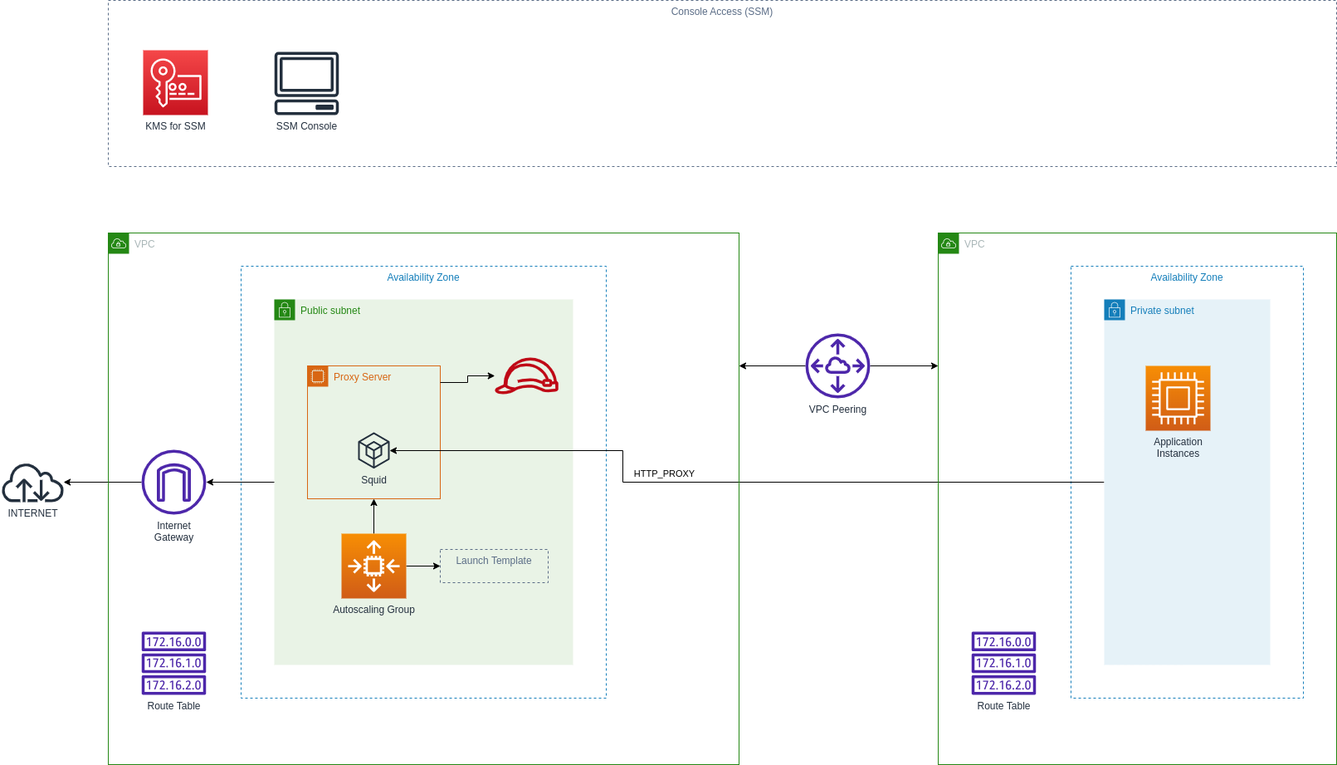
The draw.io diagram images/vpc_design.png in nicc777/exploring-aws-kinesis, before a commit. Source tidied: cells renumbered, new cells last; positions are measured from the earlier drawing's top-left corner, leaving out a move shared by most shapes.
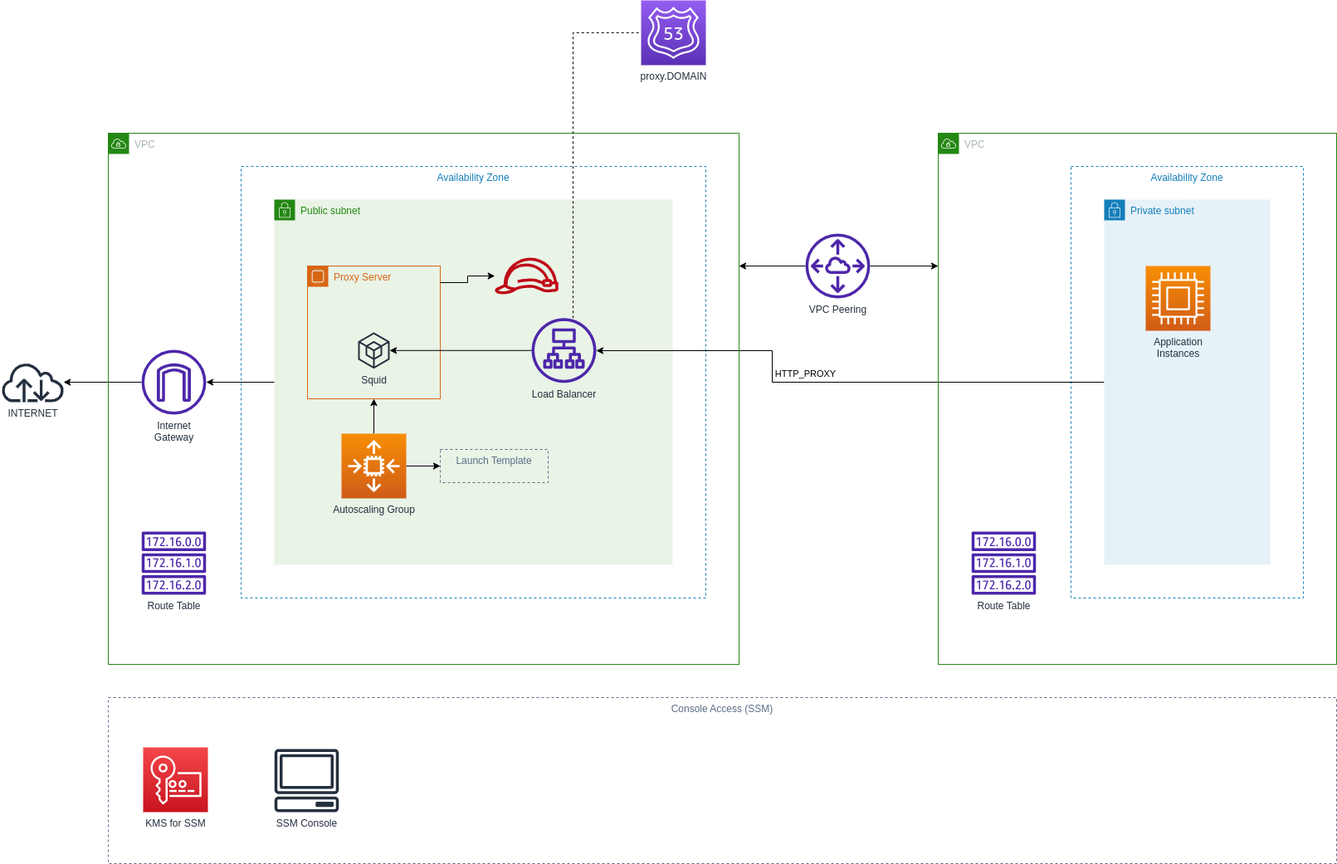
After the commit.

Commit message:
doc: added load balancer to diagram

The edit, as a diff of the source:
```diff
@@ -9,10 +9,10 @@
       <mxGeometry x="350" y="400" width="200" height="220" as="geometry" />
     </mxCell>
     <mxCell id="4" value="Availability Zone" style="fillColor=none;strokeColor=#147EBA;dashed=1;verticalAlign=top;fontStyle=0;fontColor=#147EBA;" parent="1" vertex="1">
-      <mxGeometry x="290" y="320" width="440" height="520" as="geometry" />
+      <mxGeometry x="290" y="320" width="560" height="520" as="geometry" />
     </mxCell>
     <mxCell id="5" value="Public subnet" style="points=[[0,0],[0.25,0],[0.5,0],[0.75,0],[1,0],[1,0.25],[1,0.5],[1,0.75],[1,1],[0.75,1],[0.5,1],[0.25,1],[0,1],[0,0.75],[0,0.5],[0,0.25]];outlineConnect=0;gradientColor=none;html=1;whiteSpace=wrap;fontSize=12;fontStyle=0;shape=mxgraph.aws4.group;grIcon=mxgraph.aws4.group_security_group;grStroke=0;strokeColor=#248814;fillColor=#E9F3E6;verticalAlign=top;align=left;spacingLeft=30;fontColor=#248814;dashed=0;" parent="1" vertex="1">
-      <mxGeometry x="330" y="360" width="360" height="440" as="geometry" />
+      <mxGeometry x="330" y="360" width="480" height="440" as="geometry" />
     </mxCell>
     <mxCell id="6" value="Proxy Server" style="points=[[0,0],[0.25,0],[0.5,0],[0.75,0],[1,0],[1,0.25],[1,0.5],[1,0.75],[1,1],[0.75,1],[0.5,1],[0.25,1],[0,1],[0,0.75],[0,0.5],[0,0.25]];outlineConnect=0;gradientColor=none;html=1;whiteSpace=wrap;fontSize=12;fontStyle=0;shape=mxgraph.aws4.group;grIcon=mxgraph.aws4.group_ec2_instance_contents;strokeColor=#D86613;fillColor=none;verticalAlign=top;align=left;spacingLeft=30;fontColor=#D86613;dashed=0;" parent="5" vertex="1">
       <mxGeometry x="40" y="80" width="160" height="160" as="geometry" />
@@ -46,11 +46,11 @@
     <mxCell id="14" style="edgeStyle=orthogonalEdgeStyle;rounded=0;jettySize=auto;html=1;" parent="1" edge="1" source="5" target="21">
       <mxGeometry relative="1" as="geometry" />
     </mxCell>
-    <mxCell id="15" value="HTTP_PROXY" style="edgeStyle=orthogonalEdgeStyle;rounded=0;jettySize=auto;html=1;" parent="1" edge="1" source="16" target="7">
-      <mxGeometry x="0.18" y="-10" relative="1" as="geometry">
+    <mxCell id="15" value="HTTP_PROXY" style="edgeStyle=orthogonalEdgeStyle;rounded=0;jettySize=auto;html=1;" parent="1" edge="1" source="16" target="33">
+      <mxGeometry x="0.11" y="-10" relative="1" as="geometry">
         <Array as="points">
-          <mxPoint x="750" y="580" />
-          <mxPoint x="750" y="542" />
+          <mxPoint x="930" y="580" />
+          <mxPoint x="930" y="542" />
         </Array>
       </mxGeometry>
     </mxCell>
@@ -88,16 +88,32 @@
       <mxGeometry x="1130" y="280" width="480" height="640" as="geometry" />
     </mxCell>
     <mxCell id="27" value="KMS for SSM" style="sketch=0;fontColor=#232F3E;gradientColor=#F54749;gradientDirection=north;fillColor=#C7131F;strokeColor=#ffffff;dashed=0;verticalLabelPosition=bottom;verticalAlign=top;align=center;html=1;fontSize=12;fontStyle=0;shape=mxgraph.aws4.resourceIcon;resIcon=mxgraph.aws4.key_management_service;" parent="1" vertex="1">
-      <mxGeometry x="172" y="60" width="78" height="78" as="geometry" />
+      <mxGeometry x="172" y="1020" width="78" height="78" as="geometry" />
     </mxCell>
     <mxCell id="28" value="SSM Console" style="sketch=0;fontColor=#232F3E;gradientColor=none;fillColor=#232F3D;strokeColor=none;dashed=0;verticalLabelPosition=bottom;verticalAlign=top;align=center;html=1;fontSize=12;fontStyle=0;shape=mxgraph.aws4.client;" parent="1" vertex="1">
-      <mxGeometry x="330" y="62" width="78" height="76" as="geometry" />
+      <mxGeometry x="330" y="1022" width="78" height="76" as="geometry" />
     </mxCell>
     <mxCell id="29" value="Console Access (SSM)" style="fillColor=none;strokeColor=#5A6C86;dashed=1;verticalAlign=top;fontStyle=0;fontColor=#5A6C86;" parent="1" vertex="1">
-      <mxGeometry x="130" width="1480" height="200" as="geometry" />
+      <mxGeometry x="130" y="960" width="1480" height="200" as="geometry" />
     </mxCell>
     <mxCell id="30" value="Application&lt;br&gt;Instances" style="sketch=0;fontColor=#232F3E;gradientColor=#F78E04;gradientDirection=north;fillColor=#D05C17;strokeColor=#ffffff;dashed=0;verticalLabelPosition=bottom;verticalAlign=top;align=center;html=1;fontSize=12;fontStyle=0;shape=mxgraph.aws4.resourceIcon;resIcon=mxgraph.aws4.compute;" parent="1" vertex="1">
       <mxGeometry x="1380" y="440" width="78" height="78" as="geometry" />
     </mxCell>
+    <mxCell id="31" style="edgeStyle=orthogonalEdgeStyle;rounded=0;jettySize=auto;html=1;" parent="1" edge="1" source="33" target="7">
+      <mxGeometry relative="1" as="geometry" />
+    </mxCell>
+    <mxCell id="32" style="edgeStyle=orthogonalEdgeStyle;rounded=0;jettySize=auto;html=1;entryX=0;entryY=0.5;entryDx=0;entryDy=0;entryPerimeter=0;endArrow=none;endFill=0;dashed=1;" parent="1" edge="1" source="33" target="34">
+      <mxGeometry relative="1" as="geometry">
+        <Array as="points">
+          <mxPoint x="690" y="159" />
+        </Array>
+      </mxGeometry>
+    </mxCell>
+    <mxCell id="33" value="Load Balancer" style="sketch=0;outlineConnect=0;fontColor=#232F3E;gradientColor=none;fillColor=#4D27AA;strokeColor=none;dashed=0;verticalLabelPosition=bottom;verticalAlign=top;align=center;html=1;fontSize=12;fontStyle=0;shape=mxgraph.aws4.application_load_balancer;" parent="1" vertex="1">
+      <mxGeometry x="640" y="502.8" width="78" height="78" as="geometry" />
+    </mxCell>
+    <mxCell id="34" value="proxy.DOMAIN" style="sketch=0;points=[[0,0,0],[0.25,0,0],[0.5,0,0],[0.75,0,0],[1,0,0],[0,1,0],[0.25,1,0],[0.5,1,0],[0.75,1,0],[1,1,0],[0,0.25,0],[0,0.5,0],[0,0.75,0],[1,0.25,0],[1,0.5,0],[1,0.75,0]];outlineConnect=0;fontColor=#232F3E;gradientColor=#945DF2;gradientDirection=north;fillColor=#5A30B5;strokeColor=#ffffff;dashed=0;verticalLabelPosition=bottom;verticalAlign=top;align=center;html=1;fontSize=12;fontStyle=0;shape=mxgraph.aws4.resourceIcon;resIcon=mxgraph.aws4.route_53;" parent="1" vertex="1">
+      <mxGeometry x="772" y="120" width="78" height="78" as="geometry" />
+    </mxCell>
   </root>
 </mxGraphModel>
```
